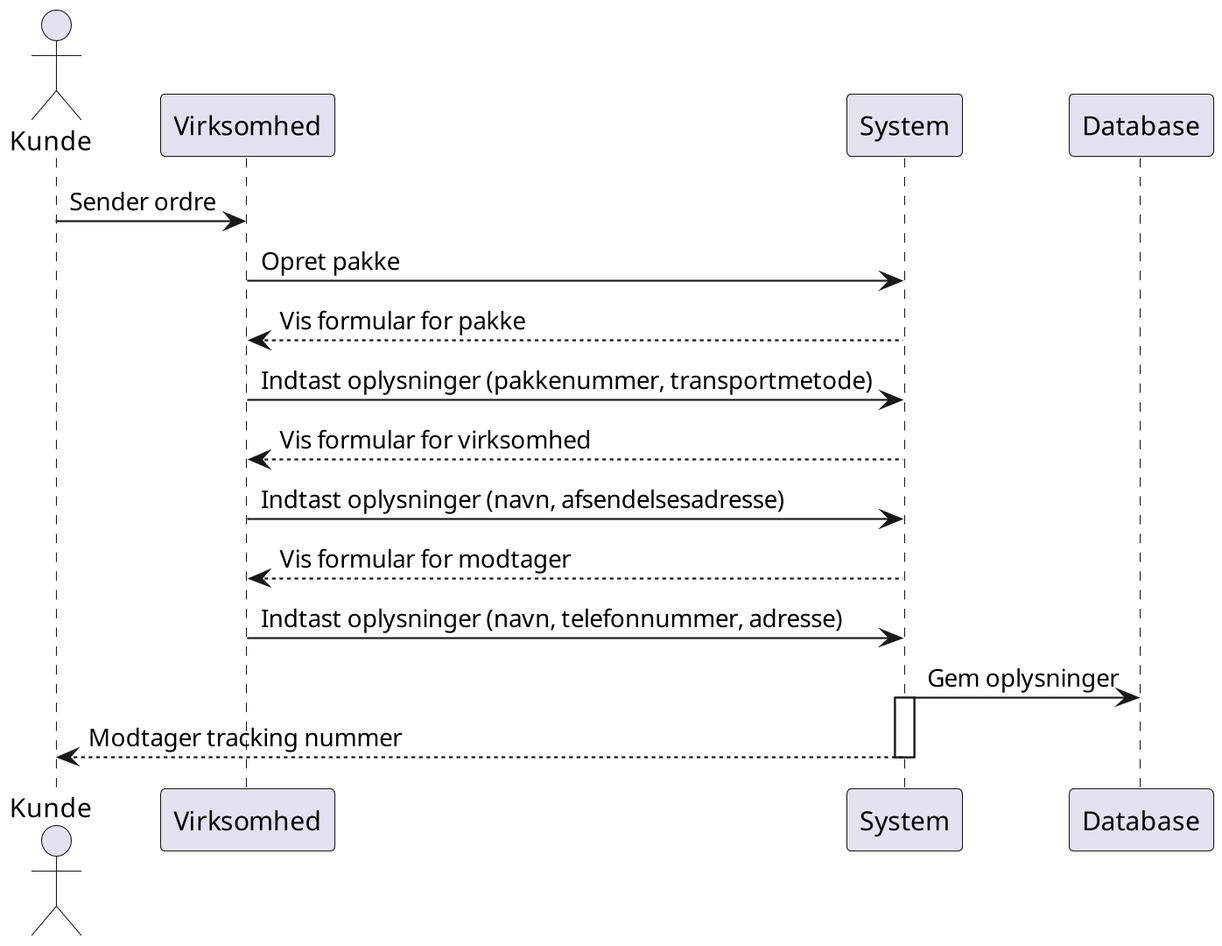
The PlantUML diagram diagram/system-sequence-diagram-2.png in sofush/trace, before a commit. Source of this version:
```plantuml
@startuml
scale 1920*1080
actor Kunde
Kunde -> Virksomhed: Sender ordre
Virksomhed -> System: Opret pakke
Virksomhed <-- System: Vis formular for pakke
Virksomhed -> System: Indtast oplysninger (pakkenummer, transportmetode)
Virksomhed <-- System: Vis formular for virksomhed
Virksomhed -> System: Indtast oplysninger (navn, afsendelsesadresse)
Virksomhed <-- System: Vis formular for modtager
Virksomhed -> System: Indtast oplysninger (navn, telefonnummer, adresse)
System -> Database: Gem oplysninger
activate System
Kunde <-- System: Modtager tracking nummer
deactivate System
@enduml
```
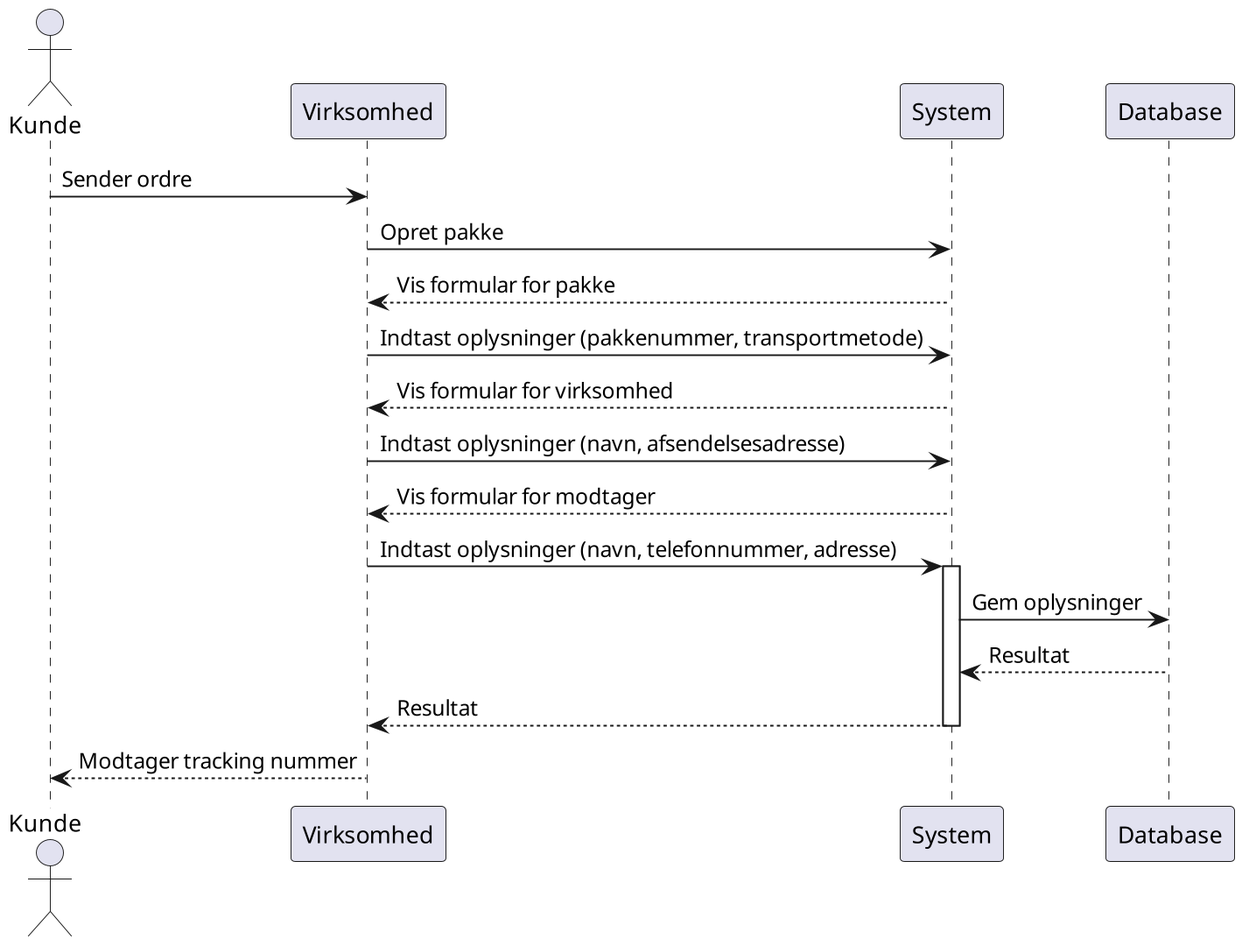
Later version of the same file.

Commit message:
fix: vis uddelegering af resultat i SSD 2

The edit, as a diff of the source:
```diff
@@ -9,8 +9,10 @@
 Virksomhed -> System: Indtast oplysninger (navn, afsendelsesadresse)
 Virksomhed <-- System: Vis formular for modtager
 Virksomhed -> System: Indtast oplysninger (navn, telefonnummer, adresse)
+activate System
 System -> Database: Gem oplysninger
-activate System
-Kunde <-- System: Modtager tracking nummer
+System <-- Database: Resultat
+Virksomhed <-- System: Resultat
 deactivate System
+Kunde <-- Virksomhed: Modtager tracking nummer
 @enduml
```
